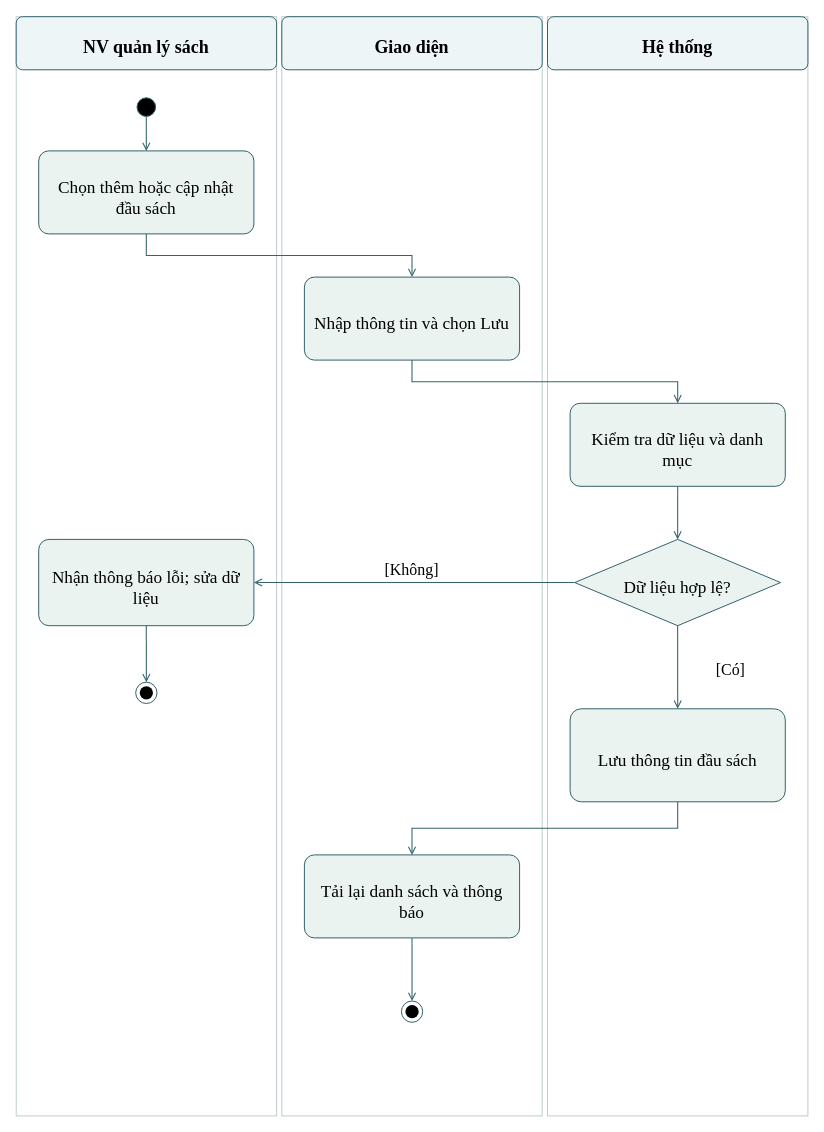
This is LAB2/UML/03_ActivityQuanLyDauSach.drawio from kanishere55/LAB_AT_OOSD, a draw.io file, before an edit. Source tidied: cells renumbered, new cells numbered last; positions are measured from the earlier drawing's top-left corner, leaving out a move shared by most shapes. Both pictures are drawn from the tidied source at 100%, with x=0, y=0 at pixel (16, 16).
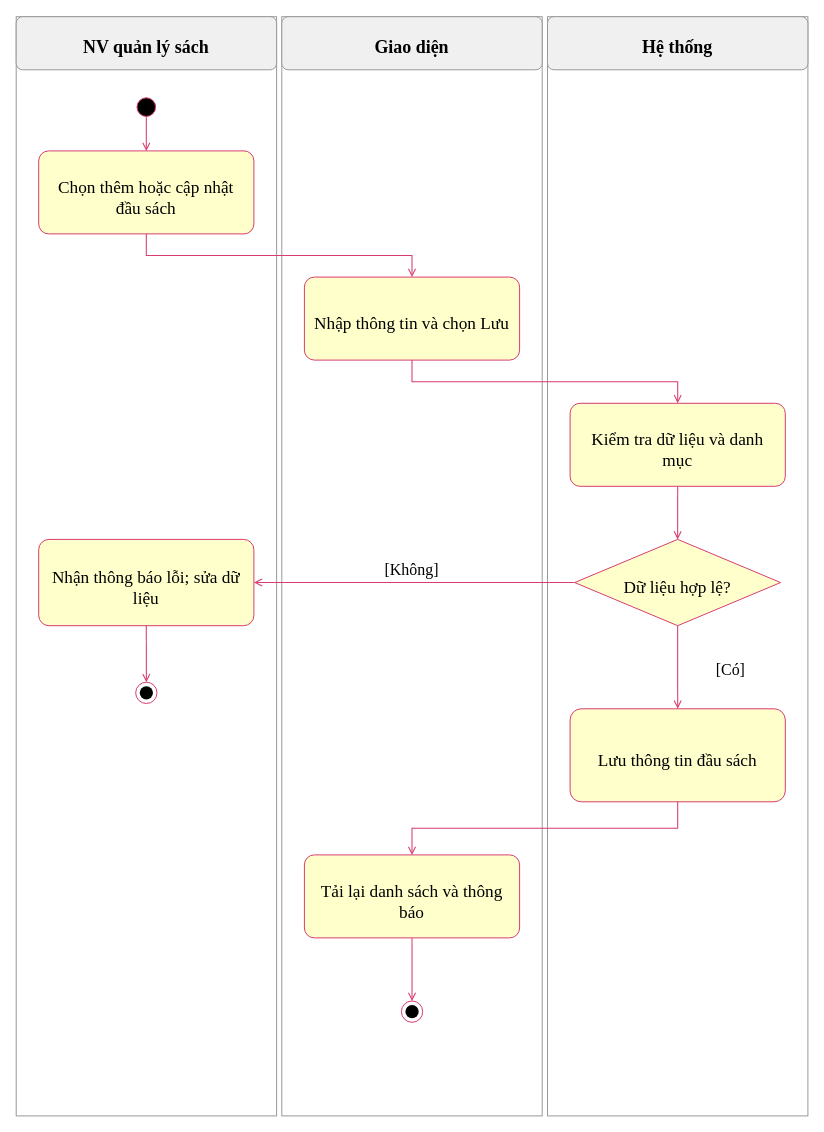
The same page after the edit.

The change refers to these unchanged cells:
```xml
<mxCell id="11" style="group;html=0;" parent="1" vertex="1">
  <mxGeometry x="120.5" y="81.3" width="18.6" height="18.6" as="geometry" />
</mxCell>
<mxCell id="13" style="group;html=0;" parent="1" vertex="1">
  <mxGeometry x="22.2" y="134.4" width="215.2" height="83" as="geometry" />
</mxCell>
<mxCell id="16" style="group;html=0;" parent="1" vertex="1">
  <mxGeometry x="287.9" y="260.6" width="215.2" height="83" as="geometry" />
</mxCell>
<mxCell id="19" style="group;html=0;" parent="1" vertex="1">
  <mxGeometry x="553.6" y="386.8" width="215.2" height="83" as="geometry" />
</mxCell>
<mxCell id="22" style="group;html=0;" parent="1" vertex="1">
  <mxGeometry x="558.2" y="522.9" width="205.9" height="86.3" as="geometry" />
</mxCell>
<mxCell id="25" style="group;html=0;" parent="1" vertex="1">
  <mxGeometry x="22.2" y="522.9" width="215.2" height="86.3" as="geometry" />
</mxCell>
<mxCell id="28" style="group;html=0;" parent="1" vertex="1">
  <mxGeometry x="119.2" y="665.7" width="21.3" height="21.3" as="geometry" />
</mxCell>
<mxCell id="31" style="group;html=0;" parent="1" vertex="1">
  <mxGeometry x="553.6" y="692.3" width="215.2" height="93" as="geometry" />
</mxCell>
<mxCell id="34" style="group;html=0;" parent="1" vertex="1">
  <mxGeometry x="287.9" y="838.4" width="215.2" height="83" as="geometry" />
</mxCell>
<mxCell id="37" style="group;html=0;" parent="1" vertex="1">
  <mxGeometry x="384.9" y="984.5" width="21.3" height="21.3" as="geometry" />
</mxCell>
```

Diff of the diagram source:
```diff
@@
-    <mxCell id="2" style="rounded=0;arcSize=12;html=0;fillColor=none;strokeColor=#becdce;strokeWidth=0.996;" parent="1" vertex="1">
+    <mxCell id="2" style="rounded=0;arcSize=12;html=0;fillColor=none;strokeColor=#999999;strokeWidth=0.996;" parent="1" vertex="1">
       <mxGeometry x="-0.3" y="0.2" width="260.4" height="1099.2" as="geometry" />
     </mxCell>
-    <mxCell id="3" style="rounded=1;arcSize=12;html=0;fillColor=#eef5f7;strokeColor=#35626d;strokeWidth=0.996;" parent="1" vertex="1">
+    <mxCell id="3" style="rounded=1;arcSize=12;html=0;fillColor=#f0f0f0;strokeColor=#999999;strokeWidth=0.996;" parent="1" vertex="1">
       <mxGeometry x="-0.3" y="0.2" width="260.4" height="53.1" as="geometry" />
     </mxCell>
@@
-    <mxCell id="5" style="rounded=0;arcSize=12;html=0;fillColor=none;strokeColor=#becdce;strokeWidth=0.996;" parent="1" vertex="1">
+    <mxCell id="5" style="rounded=0;arcSize=12;html=0;fillColor=none;strokeColor=#999999;strokeWidth=0.996;" parent="1" vertex="1">
       <mxGeometry x="265.3" y="0.2" width="260.4" height="1099.2" as="geometry" />
     </mxCell>
-    <mxCell id="6" style="rounded=1;arcSize=12;html=0;fillColor=#eef5f7;strokeColor=#35626d;strokeWidth=0.996;" parent="1" vertex="1">
+    <mxCell id="6" style="rounded=1;arcSize=12;html=0;fillColor=#f0f0f0;strokeColor=#999999;strokeWidth=0.996;" parent="1" vertex="1">
       <mxGeometry x="265.3" y="0.2" width="260.4" height="53.1" as="geometry" />
     </mxCell>
@@
-    <mxCell id="8" style="rounded=0;arcSize=12;html=0;fillColor=none;strokeColor=#becdce;strokeWidth=0.996;" parent="1" vertex="1">
+    <mxCell id="8" style="rounded=0;arcSize=12;html=0;fillColor=none;strokeColor=#999999;strokeWidth=0.996;" parent="1" vertex="1">
       <mxGeometry x="531" y="0.2" width="260.4" height="1099.2" as="geometry" />
     </mxCell>
-    <mxCell id="9" style="rounded=1;arcSize=12;html=0;fillColor=#eef5f7;strokeColor=#35626d;strokeWidth=0.996;" parent="1" vertex="1">
+    <mxCell id="9" style="rounded=1;arcSize=12;html=0;fillColor=#f0f0f0;strokeColor=#999999;strokeWidth=0.996;" parent="1" vertex="1">
       <mxGeometry x="531" y="0.2" width="260.4" height="53.1" as="geometry" />
     </mxCell>
@@
-    <mxCell id="12" style="shape=ellipse;fillColor=#000000;strokeColor=#35626d;" parent="11" vertex="1">
+    <mxCell id="12" style="shape=ellipse;fillColor=#000000;strokeColor=#d83d70;" parent="11" vertex="1">
       <mxGeometry width="18.6" height="18.6" as="geometry" />
     </mxCell>
@@
-    <mxCell id="14" style="rounded=1;arcSize=12;html=0;fillColor=#eaf3ef;strokeColor=#35626d;strokeWidth=0.996;" parent="13" vertex="1">
+    <mxCell id="14" style="rounded=1;arcSize=12;html=0;fillColor=#ffffcc;strokeColor=#d83d70;strokeWidth=0.996;" parent="13" vertex="1">
       <mxGeometry width="215.2" height="83" as="geometry" />
     </mxCell>
@@
-    <mxCell id="17" style="rounded=1;arcSize=12;html=0;fillColor=#eaf3ef;strokeColor=#35626d;strokeWidth=0.996;" parent="16" vertex="1">
+    <mxCell id="17" style="rounded=1;arcSize=12;html=0;fillColor=#ffffcc;strokeColor=#d83d70;strokeWidth=0.996;" parent="16" vertex="1">
       <mxGeometry width="215.2" height="83" as="geometry" />
     </mxCell>
@@
-    <mxCell id="20" style="rounded=1;arcSize=12;html=0;fillColor=#eaf3ef;strokeColor=#35626d;strokeWidth=0.996;" parent="19" vertex="1">
+    <mxCell id="20" style="rounded=1;arcSize=12;html=0;fillColor=#ffffcc;strokeColor=#d83d70;strokeWidth=0.996;" parent="19" vertex="1">
       <mxGeometry width="215.2" height="83" as="geometry" />
     </mxCell>
@@
-    <mxCell id="23" style="shape=rhombus;fillColor=#eaf3ef;strokeColor=#35626d;" parent="22" vertex="1">
+    <mxCell id="23" style="shape=rhombus;fillColor=#ffffcc;strokeColor=#d83d70;" parent="22" vertex="1">
       <mxGeometry width="205.9" height="86.3" as="geometry" />
     </mxCell>
@@
-    <mxCell id="26" style="rounded=1;arcSize=12;html=0;fillColor=#eaf3ef;strokeColor=#35626d;strokeWidth=0.996;" parent="25" vertex="1">
+    <mxCell id="26" style="rounded=1;arcSize=12;html=0;fillColor=#ffffcc;strokeColor=#d83d70;strokeWidth=0.996;" parent="25" vertex="1">
       <mxGeometry width="215.2" height="86.3" as="geometry" />
     </mxCell>
@@
-    <mxCell id="29" style="shape=ellipse;fillColor=white;strokeColor=#35626d;" parent="28" vertex="1">
+    <mxCell id="29" style="shape=ellipse;fillColor=white;strokeColor=#d83d70;" parent="28" vertex="1">
       <mxGeometry width="21.3" height="21.3" as="geometry" />
     </mxCell>
@@
-    <mxCell id="32" style="rounded=1;arcSize=12;html=0;fillColor=#eaf3ef;strokeColor=#35626d;strokeWidth=0.996;" parent="31" vertex="1">
+    <mxCell id="32" style="rounded=1;arcSize=12;html=0;fillColor=#ffffcc;strokeColor=#d83d70;strokeWidth=0.996;" parent="31" vertex="1">
       <mxGeometry width="215.2" height="93" as="geometry" />
     </mxCell>
@@
-    <mxCell id="35" style="rounded=1;arcSize=12;html=0;fillColor=#eaf3ef;strokeColor=#35626d;strokeWidth=0.996;" parent="34" vertex="1">
+    <mxCell id="35" style="rounded=1;arcSize=12;html=0;fillColor=#ffffcc;strokeColor=#d83d70;strokeWidth=0.996;" parent="34" vertex="1">
       <mxGeometry width="215.2" height="83" as="geometry" />
     </mxCell>
@@
-    <mxCell id="38" style="shape=ellipse;fillColor=white;strokeColor=#35626d;" parent="37" vertex="1">
+    <mxCell id="38" style="shape=ellipse;fillColor=white;strokeColor=#d83d70;" parent="37" vertex="1">
       <mxGeometry width="21.3" height="21.3" as="geometry" />
     </mxCell>
@@
-    <mxCell id="40" style="edgeStyle=none;noEdgeStyle=1;rounded=0;jumpStyle=arc;jumpSize=6;strokeColor=#35626d;strokeWidth=1.063;endArrow=open;endFill=0;startArrow=none;startFill=1;exitX=0.5;exitY=1.0;exitPerimeter=0;entryX=0.5;entryY=0.0;entryPerimeter=0;" parent="1" edge="1" source="11" target="13">
+    <mxCell id="40" style="edgeStyle=none;noEdgeStyle=1;rounded=0;jumpStyle=arc;jumpSize=6;strokeColor=#d83d70;strokeWidth=1.063;endArrow=open;endFill=0;startArrow=none;startFill=1;exitX=0.5;exitY=1.0;exitPerimeter=0;entryX=0.5;entryY=0.0;entryPerimeter=0;" parent="1" edge="1" source="11" target="13">
       <mxGeometry relative="1" as="geometry" />
     </mxCell>
-    <mxCell id="41" style="edgeStyle=none;noEdgeStyle=1;rounded=0;jumpStyle=arc;jumpSize=6;strokeColor=#35626d;strokeWidth=1.063;endArrow=open;endFill=0;startArrow=none;startFill=1;exitX=0.5;exitY=1.0;exitPerimeter=0;entryX=0.5;entryY=0.0;entryPerimeter=0;" parent="1" edge="1" source="13" target="16">
+    <mxCell id="41" style="edgeStyle=none;noEdgeStyle=1;rounded=0;jumpStyle=arc;jumpSize=6;strokeColor=#d83d70;strokeWidth=1.063;endArrow=open;endFill=0;startArrow=none;startFill=1;exitX=0.5;exitY=1.0;exitPerimeter=0;entryX=0.5;entryY=0.0;entryPerimeter=0;" parent="1" edge="1" source="13" target="16">
       <mxGeometry relative="1" as="geometry">
         <Array as="points">
           <mxPoint x="129.8" y="239" />
           <mxPoint x="395.5" y="239" />
         </Array>
       </mxGeometry>
     </mxCell>
-    <mxCell id="42" style="edgeStyle=none;noEdgeStyle=1;rounded=0;jumpStyle=arc;jumpSize=6;strokeColor=#35626d;strokeWidth=1.063;endArrow=open;endFill=0;startArrow=none;startFill=1;exitX=0.5;exitY=1.0;exitPerimeter=0;entryX=0.5;entryY=0.0;entryPerimeter=0;" parent="1" edge="1" source="16" target="19">
+    <mxCell id="42" style="edgeStyle=none;noEdgeStyle=1;rounded=0;jumpStyle=arc;jumpSize=6;strokeColor=#d83d70;strokeWidth=1.063;endArrow=open;endFill=0;startArrow=none;startFill=1;exitX=0.5;exitY=1.0;exitPerimeter=0;entryX=0.5;entryY=0.0;entryPerimeter=0;" parent="1" edge="1" source="16" target="19">
       <mxGeometry relative="1" as="geometry">
         <Array as="points">
           <mxPoint x="395.5" y="365.2" />
           <mxPoint x="661.2" y="365.2" />
         </Array>
       </mxGeometry>
     </mxCell>
-    <mxCell id="43" style="edgeStyle=none;noEdgeStyle=1;rounded=0;jumpStyle=arc;jumpSize=6;strokeColor=#35626d;strokeWidth=1.063;endArrow=open;endFill=0;startArrow=none;startFill=1;exitX=0.5;exitY=1.0;exitPerimeter=0;entryX=0.5;entryY=0.0;entryPerimeter=0;" parent="1" edge="1" source="19" target="22">
+    <mxCell id="43" style="edgeStyle=none;noEdgeStyle=1;rounded=0;jumpStyle=arc;jumpSize=6;strokeColor=#d83d70;strokeWidth=1.063;endArrow=open;endFill=0;startArrow=none;startFill=1;exitX=0.5;exitY=1.0;exitPerimeter=0;entryX=0.5;entryY=0.0;entryPerimeter=0;" parent="1" edge="1" source="19" target="22">
       <mxGeometry relative="1" as="geometry" />
     </mxCell>
-    <mxCell id="44" style="edgeStyle=none;noEdgeStyle=1;rounded=0;jumpStyle=arc;jumpSize=6;strokeColor=#35626d;strokeWidth=1.063;endArrow=open;endFill=0;startArrow=none;startFill=1;exitX=0.5;exitY=1.0;exitPerimeter=0;entryX=0.5;entryY=0.0;entryPerimeter=0;" parent="1" edge="1" source="31" target="34">
+    <mxCell id="44" style="edgeStyle=none;noEdgeStyle=1;rounded=0;jumpStyle=arc;jumpSize=6;strokeColor=#d83d70;strokeWidth=1.063;endArrow=open;endFill=0;startArrow=none;startFill=1;exitX=0.5;exitY=1.0;exitPerimeter=0;entryX=0.5;entryY=0.0;entryPerimeter=0;" parent="1" edge="1" source="31" target="34">
       <mxGeometry relative="1" as="geometry">
         <Array as="points">
           <mxPoint x="661.2" y="811.8" />
           <mxPoint x="395.5" y="811.8" />
         </Array>
       </mxGeometry>
     </mxCell>
-    <mxCell id="45" style="edgeStyle=none;noEdgeStyle=1;rounded=0;jumpStyle=arc;jumpSize=6;strokeColor=#35626d;strokeWidth=1.063;endArrow=open;endFill=0;startArrow=none;startFill=1;exitX=0.5;exitY=1.0;exitPerimeter=0;entryX=0.5;entryY=0.0;entryPerimeter=0;" parent="1" edge="1" source="34" target="37">
+    <mxCell id="45" style="edgeStyle=none;noEdgeStyle=1;rounded=0;jumpStyle=arc;jumpSize=6;strokeColor=#d83d70;strokeWidth=1.063;endArrow=open;endFill=0;startArrow=none;startFill=1;exitX=0.5;exitY=1.0;exitPerimeter=0;entryX=0.5;entryY=0.0;entryPerimeter=0;" parent="1" edge="1" source="34" target="37">
       <mxGeometry relative="1" as="geometry" />
     </mxCell>
-    <mxCell id="46" style="edgeStyle=none;noEdgeStyle=1;rounded=0;jumpStyle=arc;jumpSize=6;strokeColor=#35626d;strokeWidth=1.063;endArrow=open;endFill=0;startArrow=none;startFill=1;exitX=0.5;exitY=1.0;exitPerimeter=0;entryX=0.5;entryY=0.0;entryPerimeter=0;" parent="1" edge="1" source="25" target="28">
+    <mxCell id="46" style="edgeStyle=none;noEdgeStyle=1;rounded=0;jumpStyle=arc;jumpSize=6;strokeColor=#d83d70;strokeWidth=1.063;endArrow=open;endFill=0;startArrow=none;startFill=1;exitX=0.5;exitY=1.0;exitPerimeter=0;entryX=0.5;entryY=0.0;entryPerimeter=0;" parent="1" edge="1" source="25" target="28">
       <mxGeometry relative="1" as="geometry" />
     </mxCell>
-    <mxCell id="47" style="edgeStyle=none;noEdgeStyle=1;rounded=0;jumpStyle=arc;jumpSize=6;strokeColor=#35626d;strokeWidth=1.063;endArrow=open;endFill=0;startArrow=none;startFill=1;exitX=0.0;exitY=0.5;exitPerimeter=0;entryX=1.0;entryY=0.5;entryPerimeter=0;" parent="1" edge="1" source="22" target="25">
+    <mxCell id="47" style="edgeStyle=none;noEdgeStyle=1;rounded=0;jumpStyle=arc;jumpSize=6;strokeColor=#d83d70;strokeWidth=1.063;endArrow=open;endFill=0;startArrow=none;startFill=1;exitX=0.0;exitY=0.5;exitPerimeter=0;entryX=1.0;entryY=0.5;entryPerimeter=0;" parent="1" edge="1" source="22" target="25">
       <mxGeometry relative="1" as="geometry" />
     </mxCell>
@@
-    <mxCell id="49" style="edgeStyle=none;noEdgeStyle=1;rounded=0;jumpStyle=arc;jumpSize=6;strokeColor=#35626d;strokeWidth=1.063;endArrow=open;endFill=0;startArrow=none;startFill=1;exitX=0.5;exitY=1.0;exitPerimeter=0;entryX=0.5;entryY=0.0;entryPerimeter=0;" parent="1" edge="1" source="22" target="31">
+    <mxCell id="49" style="edgeStyle=none;noEdgeStyle=1;rounded=0;jumpStyle=arc;jumpSize=6;strokeColor=#d83d70;strokeWidth=1.063;endArrow=open;endFill=0;startArrow=none;startFill=1;exitX=0.5;exitY=1.0;exitPerimeter=0;entryX=0.5;entryY=0.0;entryPerimeter=0;" parent="1" edge="1" source="22" target="31">
       <mxGeometry relative="1" as="geometry" />
     </mxCell>
```
